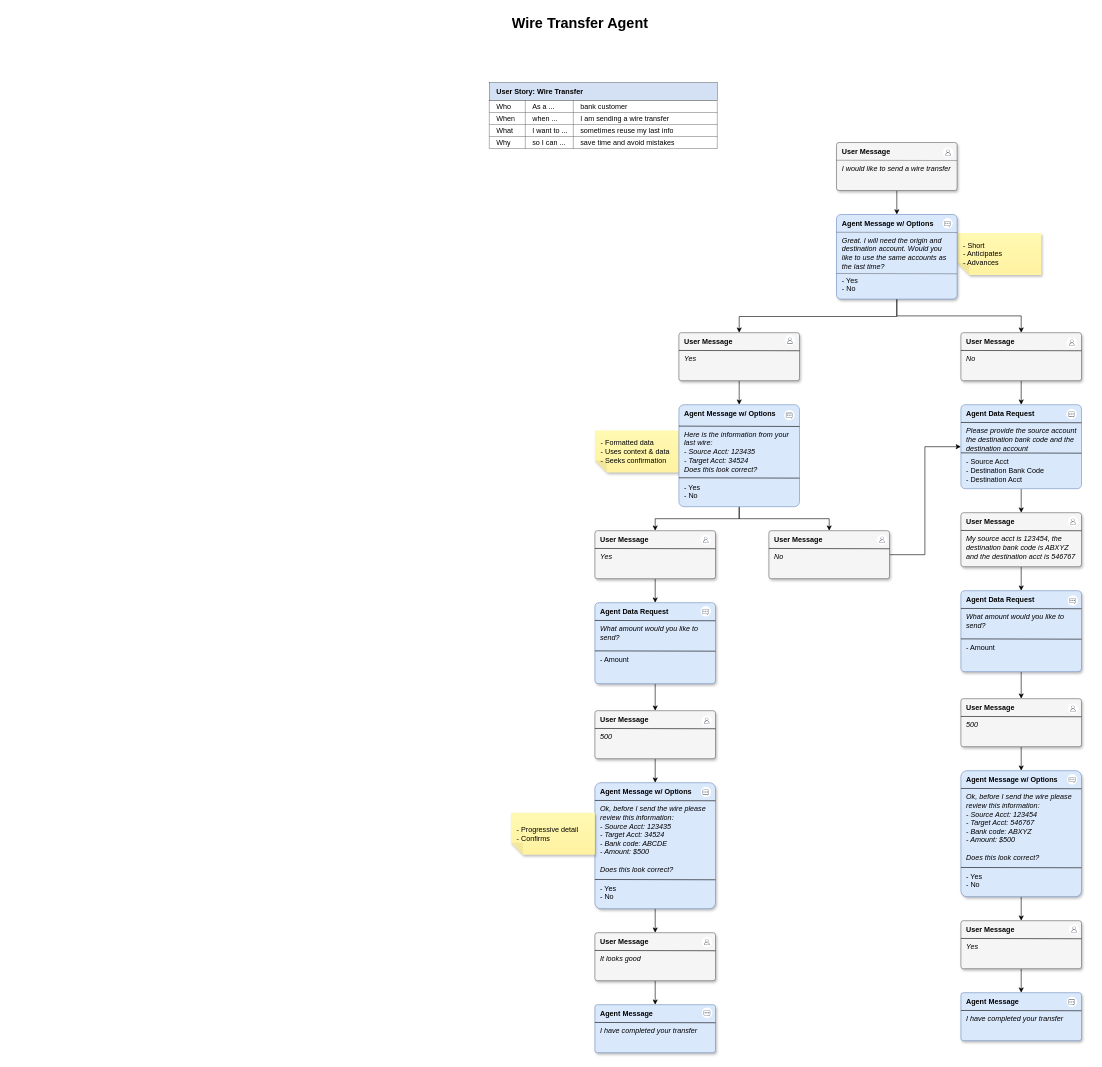
The draw.io diagram design/user_stories/wire transfer example.drawio in emalaga/Tutorials, before the edit. Source tidied: cells renumbered, new cells numbered last; positions are measured from the earlier drawing's top-left corner, leaving out a move shared by most shapes. Both pictures are drawn from the tidied source at 60%, with x=0, y=0 at pixel (489, 10).
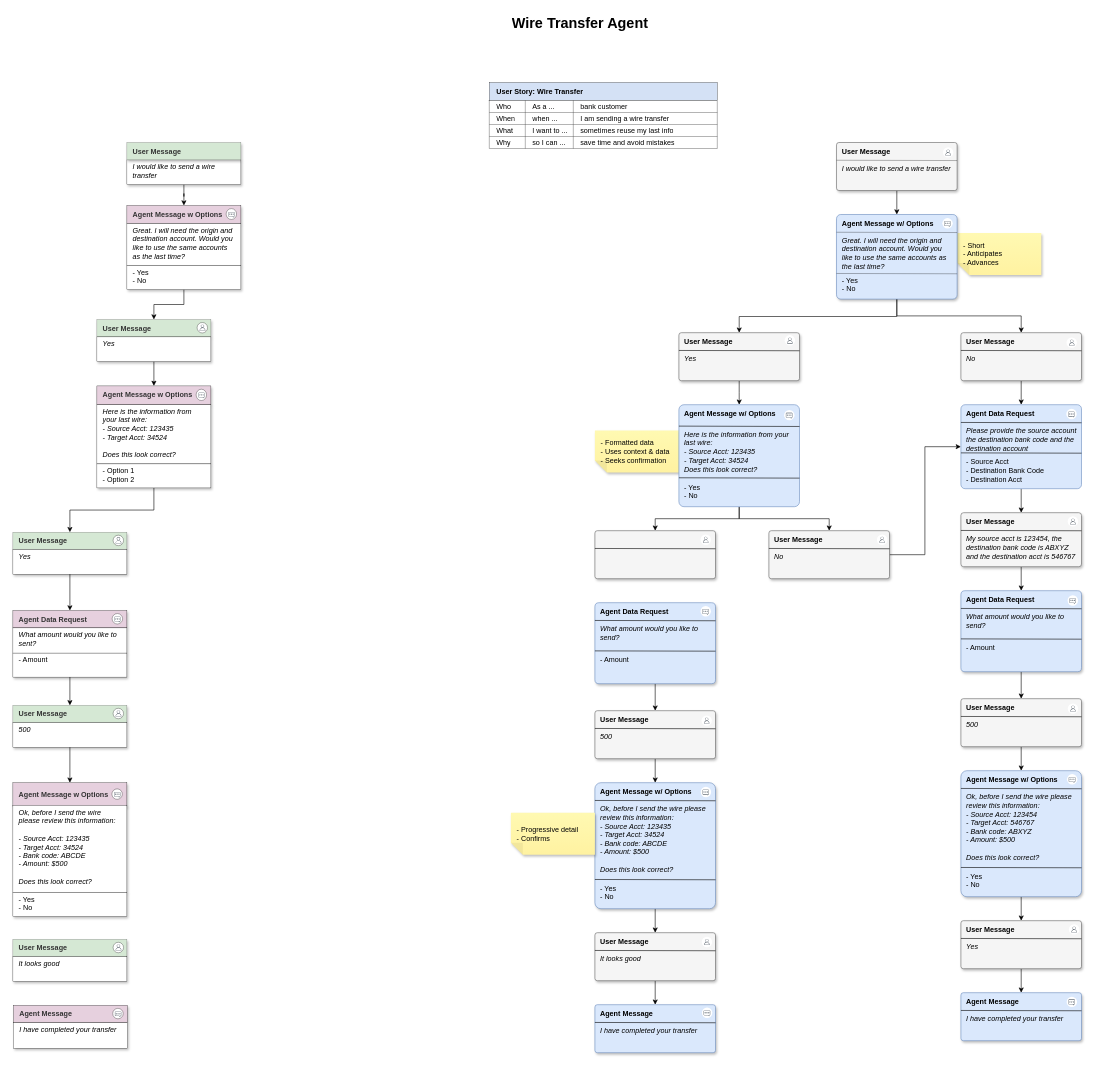
The same page after the edit.

The change refers to these unchanged cells:
```xml
<mxCell id="64" style="rounded=1;whiteSpace=wrap;html=1;arcSize=5;fillColor=#f5f5f5;fontColor=#333333;strokeColor=#666666;shadow=1;" parent="1" vertex="1">
  <mxGeometry x="176" y="867" width="201" height="80" as="geometry" />
</mxCell>
<mxCell id="86" style="rounded=1;whiteSpace=wrap;html=1;arcSize=5;fillColor=#dae8fc;strokeColor=#6c8ebf;shadow=1;" parent="1" vertex="1">
  <mxGeometry x="176" y="987" width="201" height="135" as="geometry" />
</mxCell>
```

Diff of the diagram source:
```diff
@@
-    <mxCell id="7" style="edgeStyle=orthogonalEdgeStyle;rounded=0;jettySize=auto;html=1;" parent="1" edge="1" source="64" target="86">
-      <mxGeometry relative="1" as="geometry" />
-    </mxCell>
@@
-    <mxCell id="65" value="&lt;i&gt;Yes&lt;/i&gt;" style="text;html=1;align=left;verticalAlign=top;strokeColor=none;fillColor=none;" parent="1" vertex="1">
-      <mxGeometry x="183.3" y="897.1" width="40" height="30" as="geometry" />
-    </mxCell>
@@
-    <mxCell id="67" value="User Message" style="text;html=1;align=left;verticalAlign=top;strokeColor=none;fillColor=none;fontStyle=1;" parent="1" vertex="1">
-      <mxGeometry x="183.3" y="868.5" width="100" height="30" as="geometry" />
-    </mxCell>
@@
+    <mxCell id="182" style="edgeStyle=orthogonalEdgeStyle;rounded=0;jettySize=auto;html=1;" parent="1" edge="1" source="194" target="196">
+      <mxGeometry relative="1" as="geometry" />
+    </mxCell>
+    <mxCell id="183" style="edgeStyle=orthogonalEdgeStyle;rounded=0;jettySize=auto;html=1;entryX=0.5;entryY=0;entryDx=0;entryDy=0;" parent="1" edge="1" source="186" target="190">
+      <mxGeometry relative="1" as="geometry" />
+    </mxCell>
+    <mxCell id="184" style="edgeStyle=orthogonalEdgeStyle;rounded=0;jettySize=auto;html=1;" parent="1" edge="1" source="197" target="208">
+      <mxGeometry relative="1" as="geometry" />
+    </mxCell>
+    <mxCell id="185" style="edgeStyle=orthogonalEdgeStyle;rounded=0;jettySize=auto;html=1;entryX=0.5;entryY=0;entryDx=0;entryDy=0;" parent="1" edge="1" source="212" target="201">
+      <mxGeometry relative="1" as="geometry" />
+    </mxCell>
+    <mxCell id="186" value="&lt;font&gt;&lt;i&gt;I would like to send a wire transfer&lt;/i&gt;&lt;/font&gt;" style="rounded=0;html=1;strokeWidth=0.5;strokeColor=default;fillColor=default;align=left;spacing=0;spacingTop=0;shadow=1;whiteSpace=wrap;labelPosition=center;verticalLabelPosition=middle;verticalAlign=top;spacingLeft=10;spacingRight=10;fontFamily=Helvetica;" parent="1" vertex="1">
+      <mxGeometry x="-604" y="249" width="190" height="41" as="geometry" />
+    </mxCell>
+    <mxCell id="187" style="ellipse;whiteSpace=wrap;html=1;strokeColor=default;strokeWidth=0.5;" parent="1" vertex="1">
+      <mxGeometry x="-437" y="225" width="17.4" height="17.4" as="geometry" />
+    </mxCell>
+    <mxCell id="188" style="sketch=0;fontColor=#232F3E;gradientColor=none;fillColor=#232F3D;strokeColor=none;dashed=0;verticalLabelPosition=bottom;verticalAlign=top;align=center;html=1;fontSize=12;fontStyle=0;shape=mxgraph.aws4.user;" parent="1" vertex="1">
+      <mxGeometry x="-433.3" y="228.2" width="10.5" height="10.5" as="geometry" />
+    </mxCell>
+    <mxCell id="189" style="group;fontStyle=2;" parent="1" vertex="1">
+      <mxGeometry x="-604" y="325" width="190" height="115" as="geometry" />
+    </mxCell>
+    <mxCell id="190" value="&lt;div align=&quot;left&quot; style=&quot;margin-left: 0px;&quot;&gt;Agent Message w Options&lt;/div&gt;" style="rounded=0;whiteSpace=wrap;html=1;fillColor=#E6D0DE;fontColor=#333333;strokeColor=default;align=left;spacing=10;fontStyle=1;shadow=1;fillStyle=solid;strokeWidth=0.5;" parent="189" vertex="1">
+      <mxGeometry width="190" height="30" as="geometry" />
+    </mxCell>
+    <mxCell id="191" value="Great. I will need the origin and destination account. Would you like to use the same accounts as the last time?&amp;nbsp;" style="rounded=0;html=1;strokeWidth=0.5;strokeColor=default;fillColor=default;align=left;spacing=0;spacingTop=0;shadow=1;whiteSpace=wrap;labelPosition=center;verticalLabelPosition=middle;verticalAlign=top;spacingLeft=10;spacingRight=10;fontStyle=2;" parent="189" vertex="1">
+      <mxGeometry y="30.1" width="190" height="70" as="geometry" />
+    </mxCell>
+    <mxCell id="192" style="ellipse;whiteSpace=wrap;html=1;strokeColor=default;strokeWidth=0.5;" parent="189" vertex="1">
+      <mxGeometry x="165.4" y="5.2" width="17.4" height="18.1" as="geometry" />
+    </mxCell>
+    <mxCell id="193" style="sketch=0;fontColor=#232F3E;gradientColor=none;fillColor=#232F3D;strokeColor=none;dashed=0;verticalLabelPosition=bottom;verticalAlign=top;align=center;html=1;fontSize=12;fontStyle=0;shape=mxgraph.aws4.chat;" parent="189" vertex="1">
+      <mxGeometry x="169" y="10.7" width="10.6" height="9.2" as="geometry" />
+    </mxCell>
+    <mxCell id="194" value="- Yes&lt;br&gt;- No" style="rounded=0;html=1;strokeWidth=0.5;strokeColor=default;fillColor=default;align=left;spacing=0;spacingTop=0;shadow=1;whiteSpace=wrap;labelPosition=center;verticalLabelPosition=middle;verticalAlign=top;spacingLeft=10;spacingRight=10;" parent="1" vertex="1">
+      <mxGeometry x="-604" y="425" width="190" height="40" as="geometry" />
+    </mxCell>
+    <mxCell id="195" style="group;fontStyle=2;" parent="1" vertex="1">
+      <mxGeometry x="-654" y="515" width="190" height="70" as="geometry" />
+    </mxCell>
+    <mxCell id="196" value="&lt;div align=&quot;left&quot; style=&quot;margin-left: 0px;&quot;&gt;User Message&lt;/div&gt;" style="rounded=0;whiteSpace=wrap;html=1;fillColor=light-dark(#D5E8D4,#1A1A1A);fontColor=#333333;strokeColor=#666666;align=left;spacing=10;fontStyle=1;shadow=1;fillStyle=solid;gradientColor=none;strokeWidth=0.5;" parent="195" vertex="1">
+      <mxGeometry width="190" height="29" as="geometry" />
+    </mxCell>
+    <mxCell id="197" value="Yes" style="rounded=0;html=1;strokeWidth=0.5;strokeColor=default;fillColor=default;align=left;spacing=0;spacingTop=0;shadow=1;whiteSpace=wrap;labelPosition=center;verticalLabelPosition=middle;verticalAlign=top;spacingLeft=10;spacingRight=10;fontStyle=2;" parent="195" vertex="1">
+      <mxGeometry y="29" width="190" height="41" as="geometry" />
+    </mxCell>
+    <mxCell id="198" style="ellipse;whiteSpace=wrap;html=1;strokeColor=default;strokeWidth=0.5;" parent="195" vertex="1">
+      <mxGeometry x="167" y="5" width="17.4" height="17.4" as="geometry" />
+    </mxCell>
+    <mxCell id="199" style="sketch=0;fontColor=#232F3E;gradientColor=none;fillColor=#232F3D;strokeColor=none;dashed=0;verticalLabelPosition=bottom;verticalAlign=top;align=center;html=1;fontSize=12;fontStyle=0;shape=mxgraph.aws4.user;" parent="195" vertex="1">
+      <mxGeometry x="170.7" y="8.2" width="10.5" height="10.5" as="geometry" />
+    </mxCell>
+    <mxCell id="200" style="group;fontStyle=2;" parent="1" vertex="1">
+      <mxGeometry x="-794" y="869.5" width="190" height="70" as="geometry" />
+    </mxCell>
+    <mxCell id="201" value="&lt;div align=&quot;left&quot; style=&quot;margin-left: 0px;&quot;&gt;User Message&lt;/div&gt;" style="rounded=0;whiteSpace=wrap;html=1;fillColor=light-dark(#D5E8D4,#1A1A1A);fontColor=#333333;strokeColor=#666666;align=left;spacing=10;fontStyle=1;shadow=1;fillStyle=solid;gradientColor=none;strokeWidth=0.5;" parent="200" vertex="1">
+      <mxGeometry width="190" height="29" as="geometry" />
+    </mxCell>
+    <mxCell id="202" value="Yes" style="rounded=0;html=1;strokeWidth=0.5;strokeColor=default;fillColor=default;align=left;spacing=0;spacingTop=0;shadow=1;whiteSpace=wrap;labelPosition=center;verticalLabelPosition=middle;verticalAlign=top;spacingLeft=10;spacingRight=10;fontStyle=2;" parent="200" vertex="1">
+      <mxGeometry y="29" width="190" height="41" as="geometry" />
+    </mxCell>
+    <mxCell id="203" style="ellipse;whiteSpace=wrap;html=1;strokeColor=default;strokeWidth=0.5;" parent="200" vertex="1">
+      <mxGeometry x="167" y="5" width="17.4" height="17.4" as="geometry" />
+    </mxCell>
+    <mxCell id="204" style="sketch=0;fontColor=#232F3E;gradientColor=none;fillColor=#232F3D;strokeColor=none;dashed=0;verticalLabelPosition=bottom;verticalAlign=top;align=center;html=1;fontSize=12;fontStyle=0;shape=mxgraph.aws4.user;" parent="200" vertex="1">
+      <mxGeometry x="170.7" y="8.2" width="10.5" height="10.5" as="geometry" />
+    </mxCell>
+    <mxCell id="205" style="group;" parent="1" vertex="1">
+      <mxGeometry x="-654" y="625.7" width="190" height="170" as="geometry" />
+    </mxCell>
+    <mxCell id="206" style="group;fontFamily=Garamond;" parent="205" vertex="1">
+      <mxGeometry width="190" height="156.5" as="geometry" />
+    </mxCell>
+    <mxCell id="207" style="group;fontStyle=2;fontFamily=Georgia;" parent="206" vertex="1">
+      <mxGeometry width="190" height="130" as="geometry" />
+    </mxCell>
+    <mxCell id="208" value="&lt;div align=&quot;left&quot; style=&quot;margin-left: 0px;&quot;&gt;Agent Message w Options&lt;/div&gt;" style="rounded=0;whiteSpace=wrap;html=1;fillColor=#E6D0DE;fontColor=#333333;strokeColor=default;align=left;spacing=10;fontStyle=1;shadow=1;fillStyle=solid;strokeWidth=0.5;" parent="207" vertex="1">
+      <mxGeometry width="190" height="31.4" as="geometry" />
+    </mxCell>
+    <mxCell id="209" value="Here is the information from your last wire:&lt;br&gt;- Source Acct: 123435&lt;br&gt;&lt;div&gt;- Target Acct: 34524&lt;/div&gt;&lt;div&gt;&lt;br&gt;&lt;/div&gt;Does this look correct?" style="rounded=0;html=1;strokeWidth=0.5;strokeColor=default;fillColor=default;align=left;spacing=0;spacingTop=0;shadow=1;whiteSpace=wrap;labelPosition=center;verticalLabelPosition=middle;verticalAlign=top;spacingLeft=10;spacingRight=10;fontStyle=2;fontFamily=Helvetica;" parent="207" vertex="1">
+      <mxGeometry y="31.4" width="190" height="98.6" as="geometry" />
+    </mxCell>
+    <mxCell id="210" style="ellipse;whiteSpace=wrap;html=1;strokeColor=default;strokeWidth=0.5;" parent="207" vertex="1">
+      <mxGeometry x="165.4" y="5.5" width="17.4" height="18.9" as="geometry" />
+    </mxCell>
+    <mxCell id="211" style="sketch=0;fontColor=#232F3E;gradientColor=none;fillColor=#232F3D;strokeColor=none;dashed=0;verticalLabelPosition=bottom;verticalAlign=top;align=center;html=1;fontSize=12;fontStyle=0;shape=mxgraph.aws4.chat;" parent="207" vertex="1">
+      <mxGeometry x="169" y="11.2" width="10.6" height="9.2" as="geometry" />
+    </mxCell>
+    <mxCell id="212" value="&lt;div&gt;- Option 1&lt;/div&gt;&lt;div&gt;- Option 2&lt;/div&gt;" style="rounded=0;html=1;strokeWidth=0.5;strokeColor=default;fillColor=default;align=left;spacing=0;spacingTop=0;shadow=1;whiteSpace=wrap;labelPosition=center;verticalLabelPosition=middle;verticalAlign=top;spacingLeft=10;spacingRight=10;" parent="205" vertex="1">
+      <mxGeometry y="130" width="190" height="40" as="geometry" />
+    </mxCell>
+    <mxCell id="213" value="&lt;div align=&quot;left&quot; style=&quot;margin-left: 0px;&quot;&gt;User Message&lt;/div&gt;" style="rounded=0;whiteSpace=wrap;html=1;fillColor=light-dark(#D5E8D4,#1A1A1A);fontColor=#333333;strokeColor=#666666;align=left;spacing=10;fontStyle=1;shadow=1;fillStyle=solid;gradientColor=none;strokeWidth=0.5;" parent="1" vertex="1">
+      <mxGeometry x="-604" y="220" width="190" height="29" as="geometry" />
+    </mxCell>
+    <mxCell id="214" style="group;" parent="1" vertex="1">
+      <mxGeometry x="-794" y="1000" width="190" height="111" as="geometry" />
+    </mxCell>
+    <mxCell id="215" value="&lt;div align=&quot;left&quot; style=&quot;margin-left: 0px;&quot;&gt;Agent Data Request&lt;/div&gt;" style="rounded=0;whiteSpace=wrap;html=1;fillColor=#E6D0DE;fontColor=#333333;strokeColor=default;align=left;spacing=10;fontStyle=1;shadow=1;fillStyle=solid;strokeWidth=0.5;" parent="214" vertex="1">
+      <mxGeometry width="190" height="29" as="geometry" />
+    </mxCell>
+    <mxCell id="216" value="What amount would you like to sent?" style="rounded=0;html=1;strokeWidth=0.5;strokeColor=default;fillColor=default;align=left;spacing=0;spacingTop=0;shadow=1;whiteSpace=wrap;labelPosition=center;verticalLabelPosition=middle;verticalAlign=top;spacingLeft=10;spacingRight=10;fontStyle=2;" parent="214" vertex="1">
+      <mxGeometry y="29" width="190" height="42" as="geometry" />
+    </mxCell>
+    <mxCell id="217" style="ellipse;whiteSpace=wrap;html=1;strokeColor=default;strokeWidth=0.5;" parent="214" vertex="1">
+      <mxGeometry x="165.4" y="5.1" width="17.4" height="17.4" as="geometry" />
+    </mxCell>
+    <mxCell id="218" style="sketch=0;fontColor=#232F3E;gradientColor=none;fillColor=#232F3D;strokeColor=none;dashed=0;verticalLabelPosition=bottom;verticalAlign=top;align=center;html=1;fontSize=12;fontStyle=0;shape=mxgraph.aws4.chat;" parent="214" vertex="1">
+      <mxGeometry x="169" y="10.3" width="10.6" height="9.2" as="geometry" />
+    </mxCell>
+    <mxCell id="219" value="- Amount" style="rounded=0;html=1;strokeWidth=0.5;strokeColor=default;fillColor=default;align=left;spacing=0;spacingTop=0;shadow=1;whiteSpace=wrap;labelPosition=center;verticalLabelPosition=middle;verticalAlign=top;spacingLeft=10;spacingRight=10;" parent="214" vertex="1">
+      <mxGeometry y="71" width="190" height="40" as="geometry" />
+    </mxCell>
+    <mxCell id="220" style="group;" parent="1" vertex="1">
+      <mxGeometry x="-794" y="1158" width="190" height="70" as="geometry" />
+    </mxCell>
+    <mxCell id="221" value="&lt;div align=&quot;left&quot; style=&quot;margin-left: 0px;&quot;&gt;User Message&lt;/div&gt;" style="rounded=0;whiteSpace=wrap;html=1;fillColor=light-dark(#D5E8D4,#1A1A1A);fontColor=#333333;strokeColor=#666666;align=left;spacing=10;fontStyle=1;shadow=1;fillStyle=solid;gradientColor=none;strokeWidth=0.5;" parent="220" vertex="1">
+      <mxGeometry width="190" height="29" as="geometry" />
+    </mxCell>
+    <mxCell id="222" value="500" style="rounded=0;html=1;strokeWidth=0.5;strokeColor=default;fillColor=default;align=left;spacing=0;spacingTop=0;shadow=1;whiteSpace=wrap;labelPosition=center;verticalLabelPosition=middle;verticalAlign=top;spacingLeft=10;spacingRight=10;fontStyle=2;" parent="220" vertex="1">
+      <mxGeometry y="29" width="190" height="41" as="geometry" />
+    </mxCell>
+    <mxCell id="223" style="ellipse;whiteSpace=wrap;html=1;strokeColor=default;strokeWidth=0.5;" parent="220" vertex="1">
+      <mxGeometry x="167" y="5" width="17.4" height="17.4" as="geometry" />
+    </mxCell>
+    <mxCell id="224" style="sketch=0;fontColor=#232F3E;gradientColor=none;fillColor=#232F3D;strokeColor=none;dashed=0;verticalLabelPosition=bottom;verticalAlign=top;align=center;html=1;fontSize=12;fontStyle=0;shape=mxgraph.aws4.user;" parent="220" vertex="1">
+      <mxGeometry x="170.7" y="8.2" width="10.5" height="10.5" as="geometry" />
+    </mxCell>
+    <mxCell id="225" style="group;" parent="1" vertex="1">
+      <mxGeometry x="-794" y="1287" width="190" height="222.9" as="geometry" />
+    </mxCell>
+    <mxCell id="226" style="group;" parent="225" vertex="1">
+      <mxGeometry width="190" height="183" as="geometry" />
+    </mxCell>
+    <mxCell id="227" value="&lt;div align=&quot;left&quot; style=&quot;margin-left: 0px;&quot;&gt;Agent Message w Options&lt;/div&gt;" style="rounded=0;whiteSpace=wrap;html=1;fillColor=#E6D0DE;fontColor=#333333;strokeColor=default;align=left;spacing=10;fontStyle=1;shadow=1;fillStyle=solid;strokeWidth=0.5;" parent="226" vertex="1">
+      <mxGeometry width="190" height="40" as="geometry" />
+    </mxCell>
+    <mxCell id="228" value="Ok, before I send the wire please review this information:&lt;br&gt;&lt;br&gt;- Source Acct: 123435&lt;br&gt;- Target Acct: 34524&lt;br&gt;- Bank code: ABCDE&lt;br&gt;- Amount: $500&lt;br&gt;&lt;br&gt;Does this look correct?" style="rounded=0;html=1;strokeWidth=0.5;strokeColor=default;fillColor=default;align=left;spacing=0;spacingTop=0;shadow=1;whiteSpace=wrap;labelPosition=center;verticalLabelPosition=middle;verticalAlign=top;spacingLeft=10;spacingRight=10;fontStyle=2;" parent="226" vertex="1">
+      <mxGeometry y="37.9" width="190" height="145.1" as="geometry" />
+    </mxCell>
+    <mxCell id="229" style="ellipse;whiteSpace=wrap;html=1;strokeColor=default;strokeWidth=0.5;" parent="226" vertex="1">
+      <mxGeometry x="165" y="10.3" width="17.4" height="17.4" as="geometry" />
+    </mxCell>
+    <mxCell id="230" style="sketch=0;fontColor=#232F3E;gradientColor=none;fillColor=#232F3D;strokeColor=none;dashed=0;verticalLabelPosition=bottom;verticalAlign=top;align=center;html=1;fontSize=12;fontStyle=0;shape=mxgraph.aws4.chat;" parent="226" vertex="1">
+      <mxGeometry x="168.6" y="15.5" width="10.6" height="9.2" as="geometry" />
+    </mxCell>
+    <mxCell id="231" value="&lt;div&gt;- Yes&lt;/div&gt;&lt;div&gt;- No&lt;/div&gt;" style="rounded=0;html=1;strokeWidth=0.5;strokeColor=default;fillColor=default;align=left;spacing=0;spacingTop=0;shadow=1;whiteSpace=wrap;labelPosition=center;verticalLabelPosition=middle;verticalAlign=top;spacingLeft=10;spacingRight=10;" parent="225" vertex="1">
+      <mxGeometry y="182.9" width="190" height="40" as="geometry" />
+    </mxCell>
+    <mxCell id="232" style="edgeStyle=orthogonalEdgeStyle;rounded=0;jettySize=auto;html=1;" parent="1" edge="1" source="202" target="215">
+      <mxGeometry relative="1" as="geometry" />
+    </mxCell>
+    <mxCell id="233" style="edgeStyle=orthogonalEdgeStyle;rounded=0;jettySize=auto;html=1;entryX=0.5;entryY=0;entryDx=0;entryDy=0;" parent="1" edge="1" source="219" target="221">
+      <mxGeometry relative="1" as="geometry" />
+    </mxCell>
+    <mxCell id="234" style="edgeStyle=orthogonalEdgeStyle;rounded=0;jettySize=auto;html=1;entryX=0.5;entryY=0;entryDx=0;entryDy=0;" parent="1" edge="1" source="222" target="227">
+      <mxGeometry relative="1" as="geometry" />
+    </mxCell>
+    <mxCell id="235" style="group;" parent="1" vertex="1">
+      <mxGeometry x="-794" y="1548" width="190" height="70" as="geometry" />
+    </mxCell>
+    <mxCell id="236" value="&lt;div align=&quot;left&quot; style=&quot;margin-left: 0px;&quot;&gt;User Message&lt;/div&gt;" style="rounded=0;whiteSpace=wrap;html=1;fillColor=light-dark(#D5E8D4,#1A1A1A);fontColor=#333333;strokeColor=#666666;align=left;spacing=10;fontStyle=1;shadow=1;fillStyle=solid;gradientColor=none;strokeWidth=0.5;" parent="235" vertex="1">
+      <mxGeometry width="190" height="29" as="geometry" />
+    </mxCell>
+    <mxCell id="237" value="It looks good" style="rounded=0;html=1;strokeWidth=0.5;strokeColor=default;fillColor=default;align=left;spacing=0;spacingTop=0;shadow=1;whiteSpace=wrap;labelPosition=center;verticalLabelPosition=middle;verticalAlign=top;spacingLeft=10;spacingRight=10;fontStyle=2;" parent="235" vertex="1">
+      <mxGeometry y="29" width="190" height="41" as="geometry" />
+    </mxCell>
+    <mxCell id="238" style="ellipse;whiteSpace=wrap;html=1;strokeColor=default;strokeWidth=0.5;" parent="235" vertex="1">
+      <mxGeometry x="167" y="5" width="17.4" height="17.4" as="geometry" />
+    </mxCell>
+    <mxCell id="239" style="sketch=0;fontColor=#232F3E;gradientColor=none;fillColor=#232F3D;strokeColor=none;dashed=0;verticalLabelPosition=bottom;verticalAlign=top;align=center;html=1;fontSize=12;fontStyle=0;shape=mxgraph.aws4.user;" parent="235" vertex="1">
+      <mxGeometry x="170.7" y="8.2" width="10.5" height="10.5" as="geometry" />
+    </mxCell>
+    <mxCell id="240" style="group;" parent="1" vertex="1">
+      <mxGeometry x="-793" y="1658" width="190" height="71.5" as="geometry" />
+    </mxCell>
+    <mxCell id="241" value="&lt;div align=&quot;left&quot; style=&quot;margin-left: 0px;&quot;&gt;Agent Message&lt;/div&gt;" style="rounded=0;whiteSpace=wrap;html=1;fillColor=#E6D0DE;fontColor=#333333;strokeColor=default;align=left;spacing=10;fontStyle=1;shadow=1;fillStyle=solid;strokeWidth=0.5;" parent="240" vertex="1">
+      <mxGeometry width="190" height="29" as="geometry" />
+    </mxCell>
+    <mxCell id="242" value="I have completed your transfer" style="rounded=0;html=1;strokeWidth=0.5;strokeColor=default;fillColor=default;align=left;spacing=0;spacingTop=0;shadow=1;whiteSpace=wrap;labelPosition=center;verticalLabelPosition=middle;verticalAlign=top;spacingLeft=10;spacingRight=10;fontStyle=2;" parent="240" vertex="1">
+      <mxGeometry y="29" width="190" height="42.5" as="geometry" />
+    </mxCell>
+    <mxCell id="243" style="ellipse;whiteSpace=wrap;html=1;strokeColor=default;strokeWidth=0.5;" parent="240" vertex="1">
+      <mxGeometry x="165.4" y="5.1" width="17.4" height="17.4" as="geometry" />
+    </mxCell>
+    <mxCell id="244" style="sketch=0;fontColor=#232F3E;gradientColor=none;fillColor=#232F3D;strokeColor=none;dashed=0;verticalLabelPosition=bottom;verticalAlign=top;align=center;html=1;fontSize=12;fontStyle=0;shape=mxgraph.aws4.chat;" parent="240" vertex="1">
+      <mxGeometry x="169" y="10.3" width="10.6" height="9.2" as="geometry" />
+    </mxCell>
```
